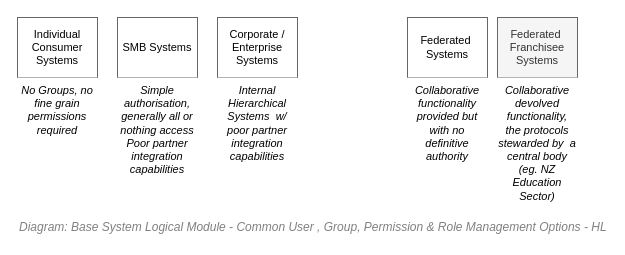
Before: 43.Functionality View/Functionality View - Analysis - Comparison of different User & Group Management Capabilities Depending on Platform Choices.drawio in skysgh/System.Design.Resources.Service, a draw.io diagram. Source tidied: cells renumbered, new cells numbered last; positions are measured from the earlier drawing's top-left corner, leaving out a move shared by most shapes. Both pictures are drawn from the tidied source at 100%, with x=0, y=0 at pixel (17, 17).
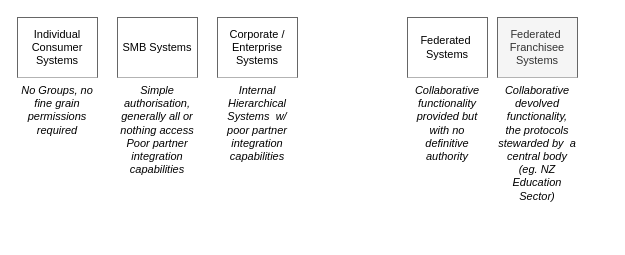
The same diagram, later.

Change to the diagram source:
```diff
@@
 <mxGraphModel>
   <root>
     <mxCell id="0" />
     <mxCell id="1" parent="0" />
     <mxCell id="2" value="Individual Consumer Systems" style="rounded=0;whiteSpace=wrap;html=1;fontSize=11;strokeColor=#666666;" parent="1" vertex="1">
       <mxGeometry width="80" height="60" as="geometry" />
     </mxCell>
     <mxCell id="3" value="Corporate / Enterprise Systems" style="rounded=0;whiteSpace=wrap;html=1;fontSize=11;strokeColor=#666666;" parent="1" vertex="1">
       <mxGeometry x="200" width="80" height="60" as="geometry" />
     </mxCell>
     <mxCell id="4" value="SMB Systems" style="rounded=0;whiteSpace=wrap;html=1;fontSize=11;strokeColor=#666666;" parent="1" vertex="1">
       <mxGeometry x="100" width="80" height="60" as="geometry" />
     </mxCell>
     <mxCell id="5" value="Federated&amp;nbsp; Franchisee Systems" style="rounded=0;whiteSpace=wrap;html=1;fontSize=11;strokeColor=#666666;fillColor=#f5f5f5;fontColor=#333333;" parent="1" vertex="1">
       <mxGeometry x="480" width="80" height="60" as="geometry" />
     </mxCell>
-    <mxCell id="6" value="&lt;font style=&quot;font-size: 12px&quot;&gt;Diagram: Base System Logical Module - Common User , Group, Permission &amp;amp; Role Management Options - HL&lt;/font&gt;" style="text;strokeColor=none;fillColor=none;html=1;fontSize=12;fontStyle=2;verticalAlign=middle;align=left;shadow=0;glass=0;comic=0;opacity=30;fontColor=#808080;strokeWidth=1;" parent="1" vertex="1">
-      <mxGeometry y="200" width="560" height="20" as="geometry" />
-    </mxCell>
     <mxCell id="7" value="Federated&amp;nbsp; Systems" style="rounded=0;whiteSpace=wrap;html=1;fontSize=11;strokeColor=#666666;" parent="1" vertex="1">
       <mxGeometry x="390" width="80" height="60" as="geometry" />
     </mxCell>
     <mxCell id="8" value="No Groups, no fine grain permissions required" style="rounded=0;whiteSpace=wrap;html=1;fontSize=11;strokeColor=none;fontStyle=2;verticalAlign=top;" parent="1" vertex="1">
       <mxGeometry y="60" width="80" height="100" as="geometry" />
     </mxCell>
     <mxCell id="9" value="Simple authorisation, generally all or nothing access&lt;br&gt;Poor partner integration capabilities" style="rounded=0;whiteSpace=wrap;html=1;fontSize=11;strokeColor=none;fontStyle=2;verticalAlign=top;" parent="1" vertex="1">
       <mxGeometry x="100" y="60" width="80" height="100" as="geometry" />
     </mxCell>
     <mxCell id="10" value="Internal Hierarchical Systems&amp;nbsp; w/ poor partner integration capabilities" style="rounded=0;whiteSpace=wrap;html=1;fontSize=11;strokeColor=none;fontStyle=2;verticalAlign=top;" parent="1" vertex="1">
       <mxGeometry x="200" y="60" width="80" height="100" as="geometry" />
     </mxCell>
     <mxCell id="11" value="Collaborative functionality provided but with no definitive authority" style="rounded=0;whiteSpace=wrap;html=1;fontSize=11;strokeColor=none;fontStyle=2;verticalAlign=top;" parent="1" vertex="1">
       <mxGeometry x="390" y="60" width="80" height="100" as="geometry" />
     </mxCell>
     <mxCell id="12" value="Collaborative devolved functionality, the protocols stewarded by&amp;nbsp; a central body (eg. NZ Education Sector)" style="rounded=0;whiteSpace=wrap;html=1;fontSize=11;strokeColor=none;fontStyle=2;verticalAlign=top;" parent="1" vertex="1">
       <mxGeometry x="480" y="60" width="80" height="100" as="geometry" />
     </mxCell>
   </root>
 </mxGraphModel>
```
